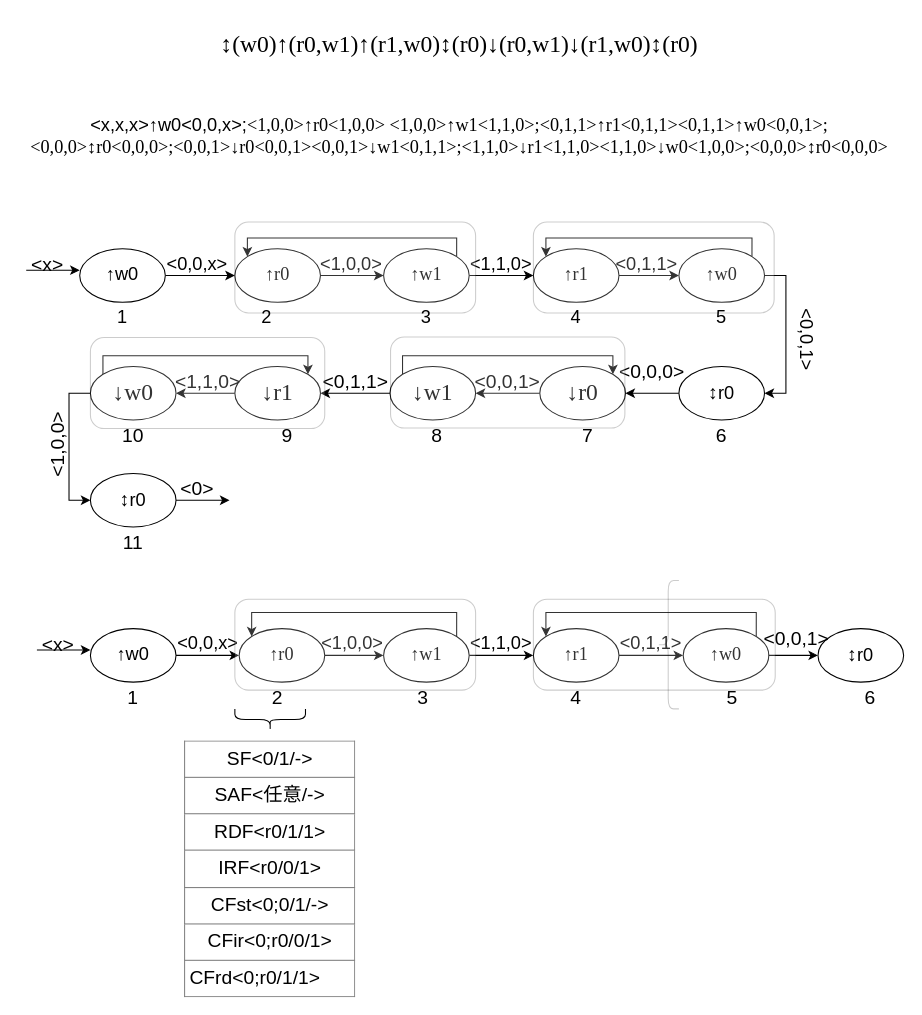
Above: doc/March C.drawio in shanshan-lu/homwork (draw.io), before the change. Source tidied: cells renumbered, new cells numbered last; positions are measured from the earlier drawing's top-left corner, leaving out a move shared by most shapes. Both pictures are drawn from the tidied source at 107%, with x=0, y=0 at pixel (26, 34).
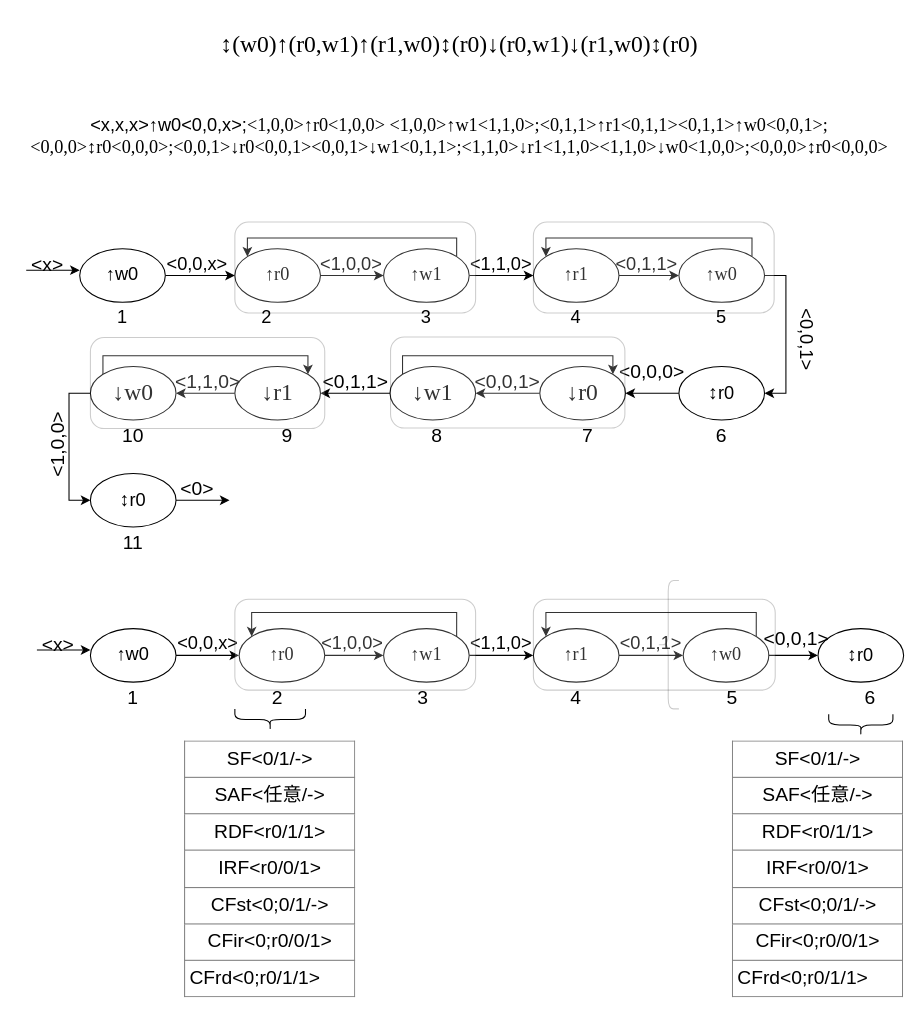
The same diagram, later.

The edit, as a diff of the source:
```diff
@@
+    <mxCell id="89" style="shape=curlyBracket;whiteSpace=wrap;html=1;rounded=1;flipH=1;glass=0;fontSize=18;strokeColor=#000000;direction=north;size=0.5;" parent="1" vertex="1">
+      <mxGeometry x="750" y="635" width="60" height="20" as="geometry" />
+    </mxCell>
+    <mxCell id="90" value="&lt;table border=&quot;1&quot; width=&quot;100%&quot; height=&quot;100%&quot; cellpadding=&quot;4&quot; style=&quot;width:100%;height:100%;border-collapse:collapse;&quot;&gt;&lt;tbody&gt;&lt;tr&gt;&lt;th style=&quot;text-align: center;&quot;&gt;&lt;span style=&quot;font-weight: normal;&quot;&gt;SF&amp;lt;0/1/-&amp;gt;&lt;/span&gt;&lt;/th&gt;&lt;/tr&gt;&lt;tr&gt;&lt;td style=&quot;text-align: center;&quot;&gt;SAF&amp;lt;任意/-&amp;gt;&lt;/td&gt;&lt;/tr&gt;&lt;tr&gt;&lt;td style=&quot;text-align: center;&quot;&gt;RDF&amp;lt;r0/1/1&amp;gt;&lt;/td&gt;&lt;/tr&gt;&lt;tr&gt;&lt;td style=&quot;text-align: center;&quot;&gt;IRF&amp;lt;r0/0/1&amp;gt;&lt;/td&gt;&lt;/tr&gt;&lt;tr&gt;&lt;td style=&quot;text-align: center;&quot;&gt;CFst&amp;lt;0;0/1/-&amp;gt;&lt;br&gt;&lt;/td&gt;&lt;/tr&gt;&lt;tr&gt;&lt;td style=&quot;text-align: center;&quot;&gt;CFir&amp;lt;0;r0/0/1&amp;gt;&lt;/td&gt;&lt;/tr&gt;&lt;tr&gt;&lt;td&gt;CFrd&amp;lt;0;r0/1/1&amp;gt;&lt;/td&gt;&lt;/tr&gt;&lt;/tbody&gt;&lt;/table&gt;" style="text;html=1;strokeColor=none;fillColor=none;overflow=fill;glass=0;fontSize=18;" parent="1" vertex="1">
+      <mxGeometry x="660" y="660" width="160" height="240" as="geometry" />
+    </mxCell>
```
